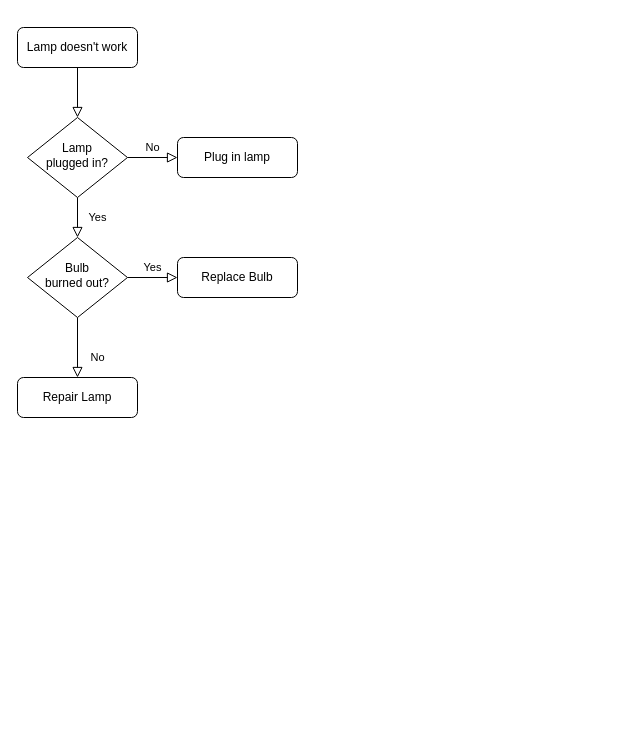
jagrutibangar/jagrutibangar keeps this draw.io diagram as Untitled Diagram.drawio. Above is the earlier version. Source tidied: cells renumbered, new cells numbered last; positions are measured from the earlier drawing's top-left corner, leaving out a move shared by most shapes. Both pictures are drawn from the tidied source at 100%, with x=0, y=0 at pixel (17, 27).
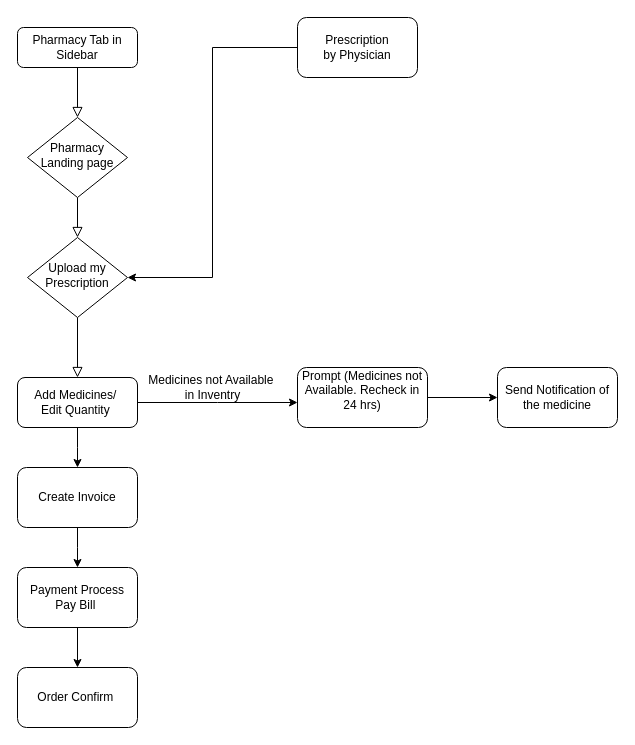
The same diagram, later.

The edit, as a diff of the source:
```diff
@@
-    <mxCell id="3" value="Lamp doesn't work" style="rounded=1;whiteSpace=wrap;html=1;fontSize=12;glass=0;strokeWidth=1;shadow=0;" parent="1" vertex="1">
+    <mxCell id="3" value="Pharmacy Tab in Sidebar" style="rounded=1;whiteSpace=wrap;html=1;fontSize=12;glass=0;strokeWidth=1;shadow=0;" parent="1" vertex="1">
       <mxGeometry width="120" height="40" as="geometry" />
     </mxCell>
-    <mxCell id="4" value="Yes" style="rounded=0;html=1;jettySize=auto;fontSize=11;endArrow=block;endFill=0;endSize=8;strokeWidth=1;shadow=0;labelBackgroundColor=none;edgeStyle=orthogonalEdgeStyle;" parent="1" edge="1" source="6" target="10">
+    <mxCell id="4" style="rounded=0;html=1;jettySize=auto;fontSize=11;endArrow=block;endFill=0;endSize=8;strokeWidth=1;shadow=0;labelBackgroundColor=none;edgeStyle=orthogonalEdgeStyle;" parent="1" edge="1" source="6" target="10">
       <mxGeometry y="20" relative="1" as="geometry" />
     </mxCell>
-    <mxCell id="5" value="No" style="edgeStyle=orthogonalEdgeStyle;rounded=0;html=1;jettySize=auto;fontSize=11;endArrow=block;endFill=0;endSize=8;strokeWidth=1;shadow=0;labelBackgroundColor=none;" parent="1" edge="1" source="6" target="7">
-      <mxGeometry y="10" relative="1" as="geometry" />
-    </mxCell>
-    <mxCell id="6" value="Lamp&lt;br&gt;plugged in?" style="rhombus;whiteSpace=wrap;html=1;shadow=0;fontFamily=Helvetica;fontSize=12;align=center;strokeWidth=1;spacing=6;spacingTop=-4;" parent="1" vertex="1">
+    <mxCell id="6" value="Pharmacy Landing page" style="rhombus;whiteSpace=wrap;html=1;shadow=0;fontFamily=Helvetica;fontSize=12;align=center;strokeWidth=1;spacing=6;spacingTop=-4;" parent="1" vertex="1">
       <mxGeometry x="10" y="90" width="100" height="80" as="geometry" />
     </mxCell>
-    <mxCell id="7" value="Plug in lamp" style="rounded=1;whiteSpace=wrap;html=1;fontSize=12;glass=0;strokeWidth=1;shadow=0;" parent="1" vertex="1">
-      <mxGeometry x="160" y="110" width="120" height="40" as="geometry" />
-    </mxCell>
-    <mxCell id="8" value="No" style="rounded=0;html=1;jettySize=auto;fontSize=11;endArrow=block;endFill=0;endSize=8;strokeWidth=1;shadow=0;labelBackgroundColor=none;edgeStyle=orthogonalEdgeStyle;" parent="1" edge="1" source="10" target="11">
+    <mxCell id="8" style="rounded=0;html=1;jettySize=auto;fontSize=11;endArrow=block;endFill=0;endSize=8;strokeWidth=1;shadow=0;labelBackgroundColor=none;edgeStyle=orthogonalEdgeStyle;" parent="1" edge="1" source="10" target="11">
       <mxGeometry x="0.33" y="20" relative="1" as="geometry" />
     </mxCell>
-    <mxCell id="9" value="Yes" style="edgeStyle=orthogonalEdgeStyle;rounded=0;html=1;jettySize=auto;fontSize=11;endArrow=block;endFill=0;endSize=8;strokeWidth=1;shadow=0;labelBackgroundColor=none;" parent="1" edge="1" source="10" target="12">
-      <mxGeometry y="10" relative="1" as="geometry" />
-    </mxCell>
-    <mxCell id="10" value="Bulb&lt;br&gt;burned out?" style="rhombus;whiteSpace=wrap;html=1;shadow=0;fontFamily=Helvetica;fontSize=12;align=center;strokeWidth=1;spacing=6;spacingTop=-4;" parent="1" vertex="1">
+    <mxCell id="10" value="Upload my Prescription" style="rhombus;whiteSpace=wrap;html=1;shadow=0;fontFamily=Helvetica;fontSize=12;align=center;strokeWidth=1;spacing=6;spacingTop=-4;" parent="1" vertex="1">
       <mxGeometry x="10" y="210" width="100" height="80" as="geometry" />
     </mxCell>
+    <mxCell id="13" style="edgeStyle=orthogonalEdgeStyle;rounded=0;jettySize=auto;html=1;" parent="1" edge="1" source="11">
+      <mxGeometry relative="1" as="geometry">
+        <mxPoint x="60" y="440" as="targetPoint" />
+      </mxGeometry>
+    </mxCell>
+    <mxCell id="14" style="edgeStyle=orthogonalEdgeStyle;rounded=0;jettySize=auto;html=1;" parent="1" edge="1" source="11">
+      <mxGeometry relative="1" as="geometry">
+        <mxPoint x="280" y="375" as="targetPoint" />
+      </mxGeometry>
+    </mxCell>
-    <mxCell id="11" value="Repair Lamp" style="rounded=1;whiteSpace=wrap;html=1;fontSize=12;glass=0;strokeWidth=1;shadow=0;" parent="1" vertex="1">
-      <mxGeometry y="350" width="120" height="40" as="geometry" />
+    <mxCell id="11" value="Add Medicines/&amp;nbsp;&lt;br&gt;Edit Quantity&amp;nbsp;" style="rounded=1;whiteSpace=wrap;html=1;fontSize=12;glass=0;strokeWidth=1;shadow=0;" parent="1" vertex="1">
+      <mxGeometry y="350" width="120" height="50" as="geometry" />
     </mxCell>
-    <mxCell id="12" value="Replace Bulb" style="rounded=1;whiteSpace=wrap;html=1;fontSize=12;glass=0;strokeWidth=1;shadow=0;" parent="1" vertex="1">
-      <mxGeometry x="160" y="230" width="120" height="40" as="geometry" />
-    </mxCell>
+    <mxCell id="15" style="edgeStyle=orthogonalEdgeStyle;rounded=0;jettySize=auto;html=1;" parent="1" edge="1" source="16">
+      <mxGeometry relative="1" as="geometry">
+        <mxPoint x="60" y="540" as="targetPoint" />
+      </mxGeometry>
+    </mxCell>
+    <mxCell id="16" value="Create Invoice" style="rounded=1;whiteSpace=wrap;html=1;" parent="1" vertex="1">
+      <mxGeometry y="440" width="120" height="60" as="geometry" />
+    </mxCell>
+    <mxCell id="17" style="edgeStyle=orthogonalEdgeStyle;rounded=0;jettySize=auto;html=1;" parent="1" edge="1" source="18" target="19">
+      <mxGeometry relative="1" as="geometry" />
+    </mxCell>
+    <mxCell id="18" value="Payment Process&lt;br&gt;Pay Bill&amp;nbsp;" style="rounded=1;whiteSpace=wrap;html=1;" parent="1" vertex="1">
+      <mxGeometry y="540" width="120" height="60" as="geometry" />
+    </mxCell>
+    <mxCell id="19" value="Order Confirm&amp;nbsp;" style="rounded=1;whiteSpace=wrap;html=1;" parent="1" vertex="1">
+      <mxGeometry y="640" width="120" height="60" as="geometry" />
+    </mxCell>
+    <mxCell id="20" style="edgeStyle=orthogonalEdgeStyle;rounded=0;jettySize=auto;html=1;entryX=1;entryY=0.5;entryDx=0;entryDy=0;" parent="1" edge="1" source="21" target="10">
+      <mxGeometry relative="1" as="geometry" />
+    </mxCell>
+    <mxCell id="21" value="Prescription&lt;br&gt;by Physician" style="rounded=1;whiteSpace=wrap;html=1;" parent="1" vertex="1">
+      <mxGeometry x="280" y="-10" width="120" height="60" as="geometry" />
+    </mxCell>
+    <mxCell id="22" value="Medicines not Available&amp;nbsp;&lt;div&gt;in Inventry&lt;/div&gt;" style="text;html=1;align=center;verticalAlign=middle;strokeColor=none;fillColor=none;" parent="1" vertex="1">
+      <mxGeometry x="120" y="340" width="150" height="40" as="geometry" />
+    </mxCell>
+    <mxCell id="23" style="edgeStyle=orthogonalEdgeStyle;rounded=0;jettySize=auto;html=1;" parent="1" edge="1" source="24" target="25">
+      <mxGeometry relative="1" as="geometry" />
+    </mxCell>
+    <mxCell id="24" value="Prompt (Medicines not Available. Recheck in 24 hrs)&lt;div&gt;&lt;br/&gt;&lt;/div&gt;" style="rounded=1;whiteSpace=wrap;html=1;" parent="1" vertex="1">
+      <mxGeometry x="280" y="340" width="130" height="60" as="geometry" />
+    </mxCell>
+    <mxCell id="25" value="Send Notification of the medicine" style="rounded=1;whiteSpace=wrap;html=1;" parent="1" vertex="1">
+      <mxGeometry x="480" y="340" width="120" height="60" as="geometry" />
+    </mxCell>
```
